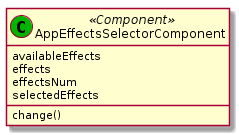
Before: out/doc/classes/AppEffectsSelectorComponent.png, a diagram exported from PlantUML (clm2609/VirtualDJ).
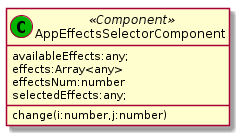
Above is the later version.

Change to the diagram source:
```diff
@@ -1,10 +1,10 @@
 @startuml AppEffectsSelectorComponent
 class "AppEffectsSelectorComponent" as effSelector <<(C,#00b500) Component>>{
 
-    availableEffects
-    effects
-    effectsNum
-    selectedEffects
-    change()
+    availableEffects:any;
+    effects:Array<any>
+    effectsNum:number
+    selectedEffects:any;
+    change(i:number,j:number)
 }
 @enduml
```
